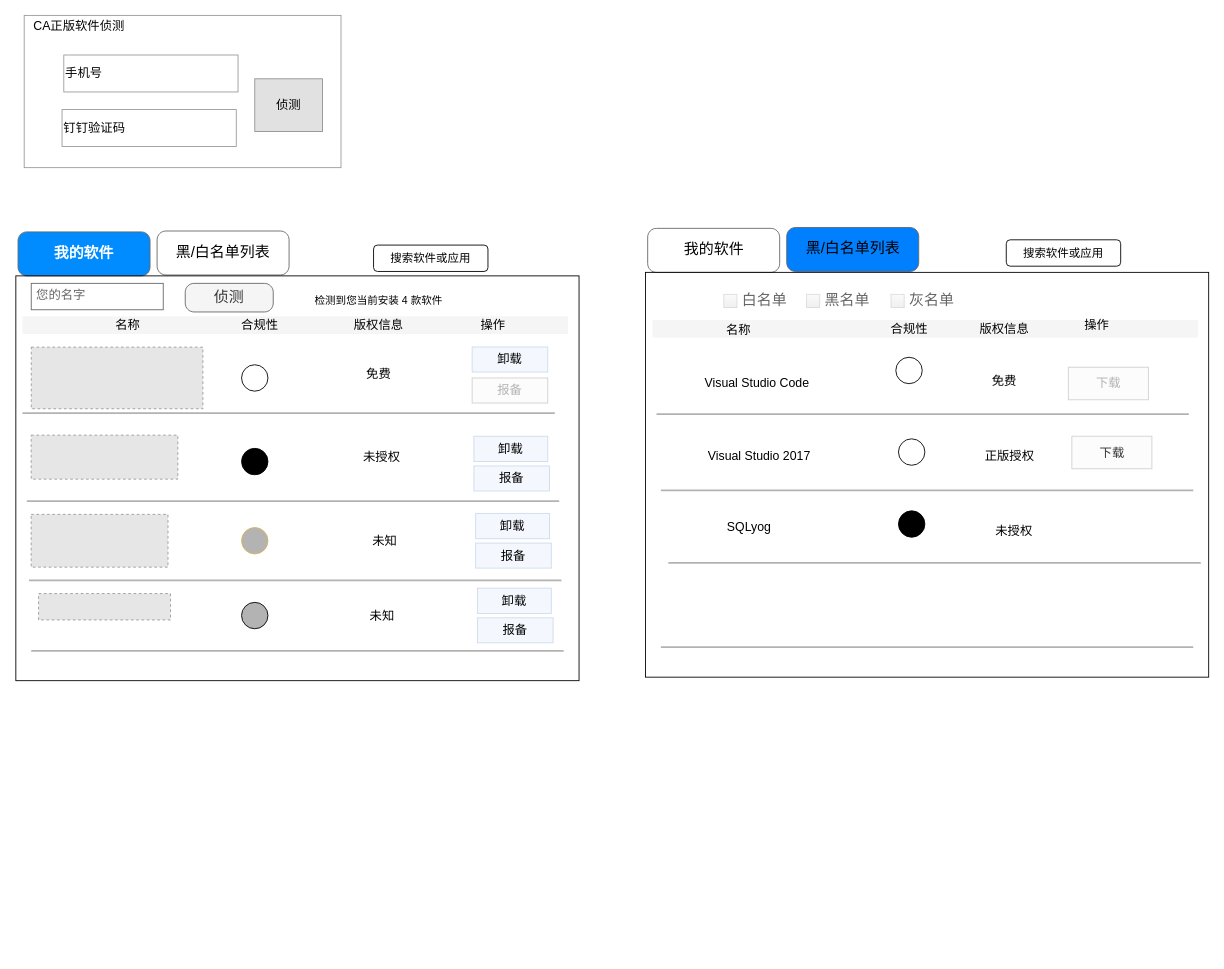
The draw.io diagram page "客户端" (1 of 3) of 正版软件管理.drawio in mashifei/uml, before the edit. Source tidied: cells renumbered, new cells numbered last; positions are measured from the earlier drawing's top-left corner, leaving out a move shared by most shapes. Both pictures are drawn from the tidied source at 88%, with x=0, y=0 at pixel (16, 15). Pictures stored in the file or linked from it are replaced by grey dashed boxes.
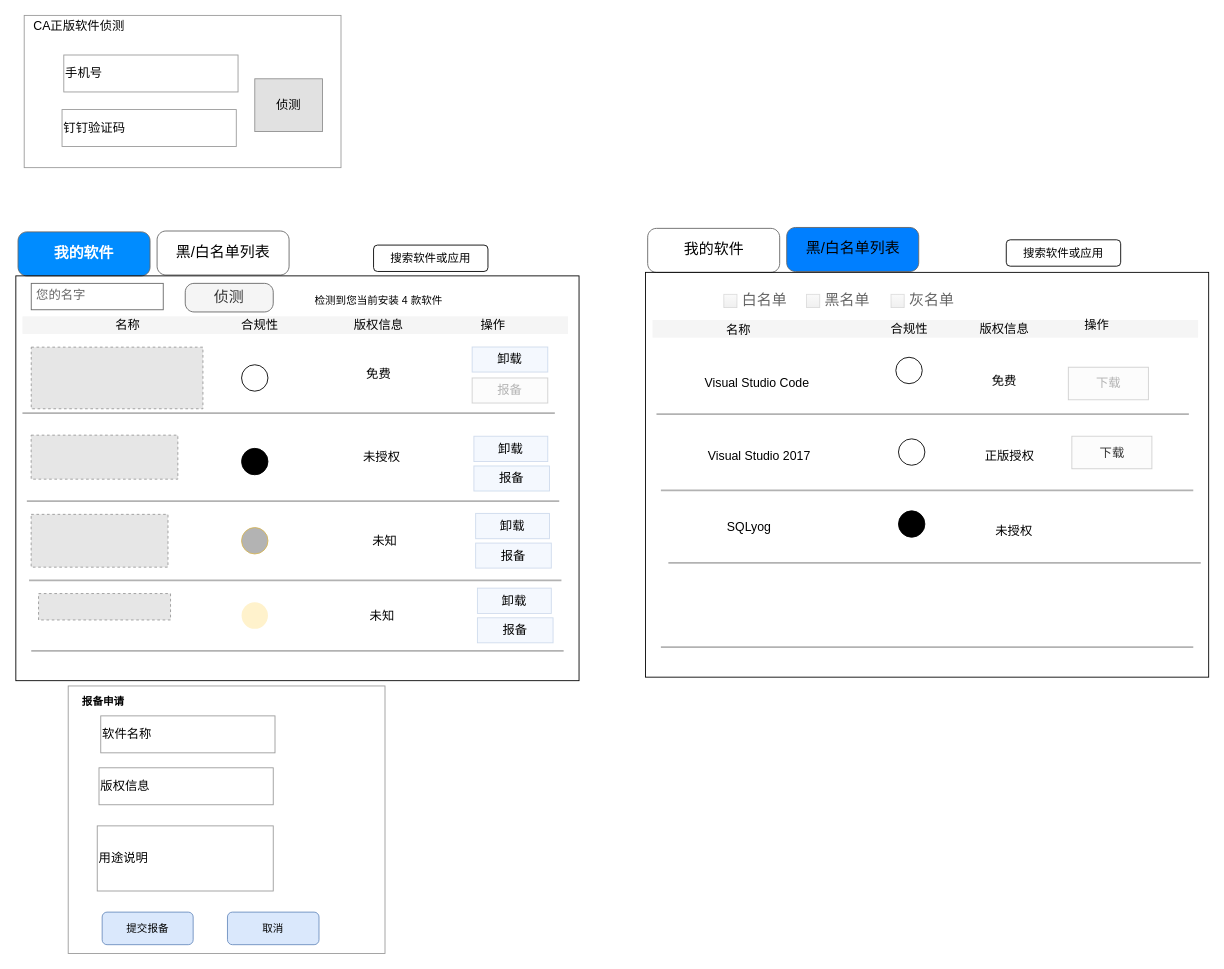
The same diagram, later.

The edit, as a diff of the source:
```diff
@@
-    <mxCell id="27" style="ellipse;whiteSpace=wrap;html=1;shadow=0;sketch=0;fontSize=14;fontColor=#333333;fillColor=#B3B3B3;" parent="1" vertex="1">
+    <mxCell id="27" style="ellipse;whiteSpace=wrap;html=1;shadow=0;sketch=0;fontSize=14;fillColor=#fff2cc;strokeColor=none;" parent="1" vertex="1">
       <mxGeometry x="256" y="667" width="30" height="30" as="geometry" />
     </mxCell>
@@
+    <mxCell id="70" style="rounded=0;whiteSpace=wrap;html=1;shadow=0;sketch=0;fontSize=14;opacity=40;align=center;" parent="1" vertex="1">
+      <mxGeometry x="59" y="762" width="360" height="304" as="geometry" />
+    </mxCell>
+    <mxCell id="71" value="软件名称" style="rounded=0;whiteSpace=wrap;html=1;shadow=0;sketch=0;fontSize=14;opacity=40;align=left;" parent="1" vertex="1">
+      <mxGeometry x="96" y="796" width="198" height="42" as="geometry" />
+    </mxCell>
+    <mxCell id="72" value="版权信息" style="rounded=0;whiteSpace=wrap;html=1;shadow=0;sketch=0;fontSize=14;opacity=40;align=left;" parent="1" vertex="1">
+      <mxGeometry x="94" y="855" width="198" height="42" as="geometry" />
+    </mxCell>
+    <mxCell id="73" value="用途说明" style="rounded=0;whiteSpace=wrap;html=1;shadow=0;sketch=0;fontSize=14;opacity=40;align=left;" parent="1" vertex="1">
+      <mxGeometry x="92" y="921" width="200" height="74" as="geometry" />
+    </mxCell>
+    <mxCell id="74" value="提交报备" style="rounded=1;whiteSpace=wrap;html=1;fillColor=#dae8fc;strokeColor=#6c8ebf;" parent="1" vertex="1">
+      <mxGeometry x="97.6" y="1019" width="103.4" height="37" as="geometry" />
+    </mxCell>
+    <mxCell id="75" value="取消" style="rounded=1;whiteSpace=wrap;html=1;fillColor=#dae8fc;strokeColor=#6c8ebf;" parent="1" vertex="1">
+      <mxGeometry x="240" y="1019" width="104" height="37" as="geometry" />
+    </mxCell>
+    <mxCell id="76" value="&lt;b&gt;报备申请&lt;/b&gt;" style="text;html=1;strokeColor=none;fillColor=none;align=left;verticalAlign=middle;whiteSpace=wrap;rounded=0;" parent="1" vertex="1">
+      <mxGeometry x="73" y="770" width="210" height="20" as="geometry" />
+    </mxCell>
```
